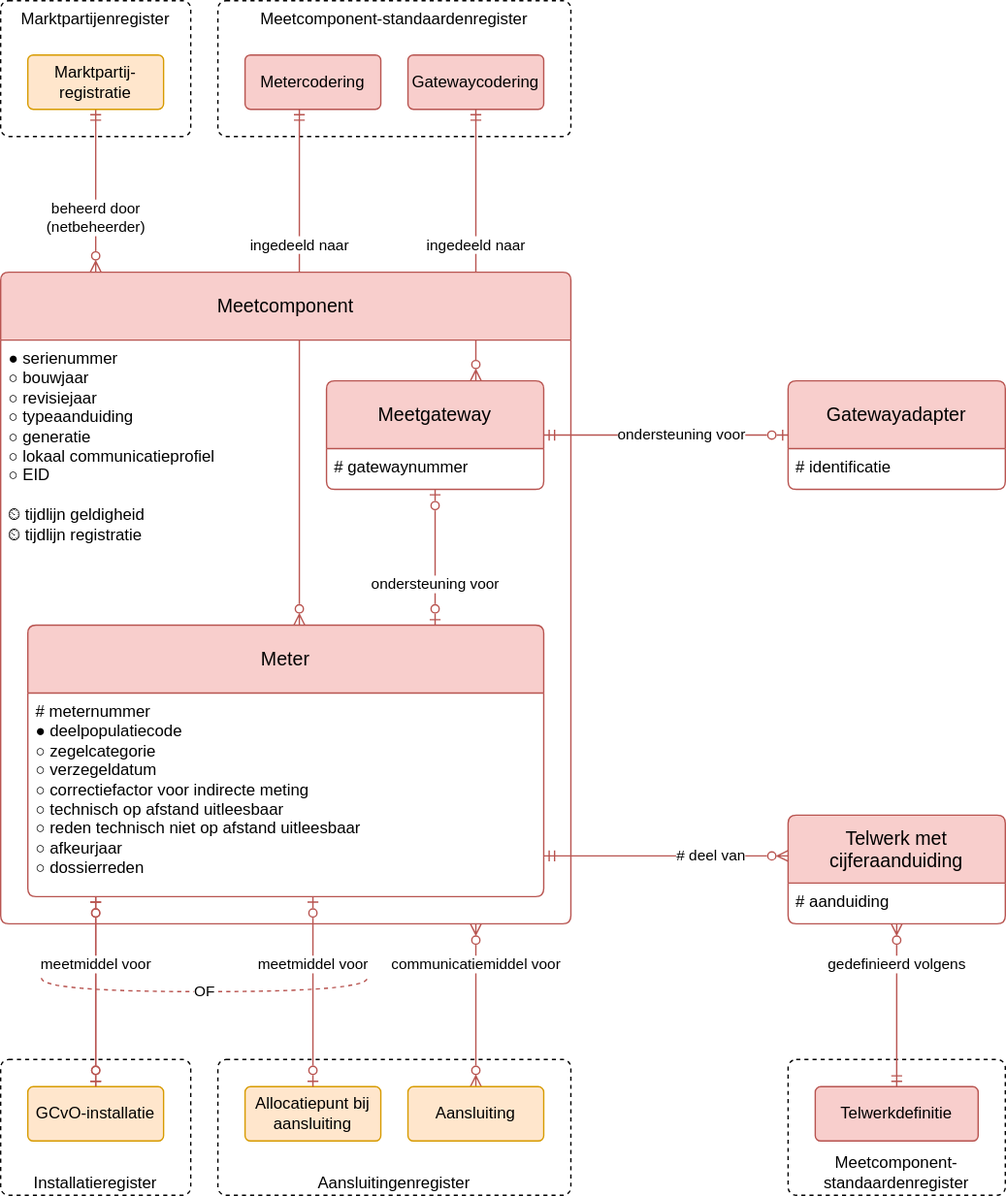
Earlier version of the draw.io export registers/meetcomponentenregister/1.0/meetcomponentenregister.drawio.svg (Netbeheer-Nederland/stelsel). Source tidied: cells renumbered, new cells last; positions are measured from the earlier drawing's top-left corner, leaving out a move shared by most shapes.
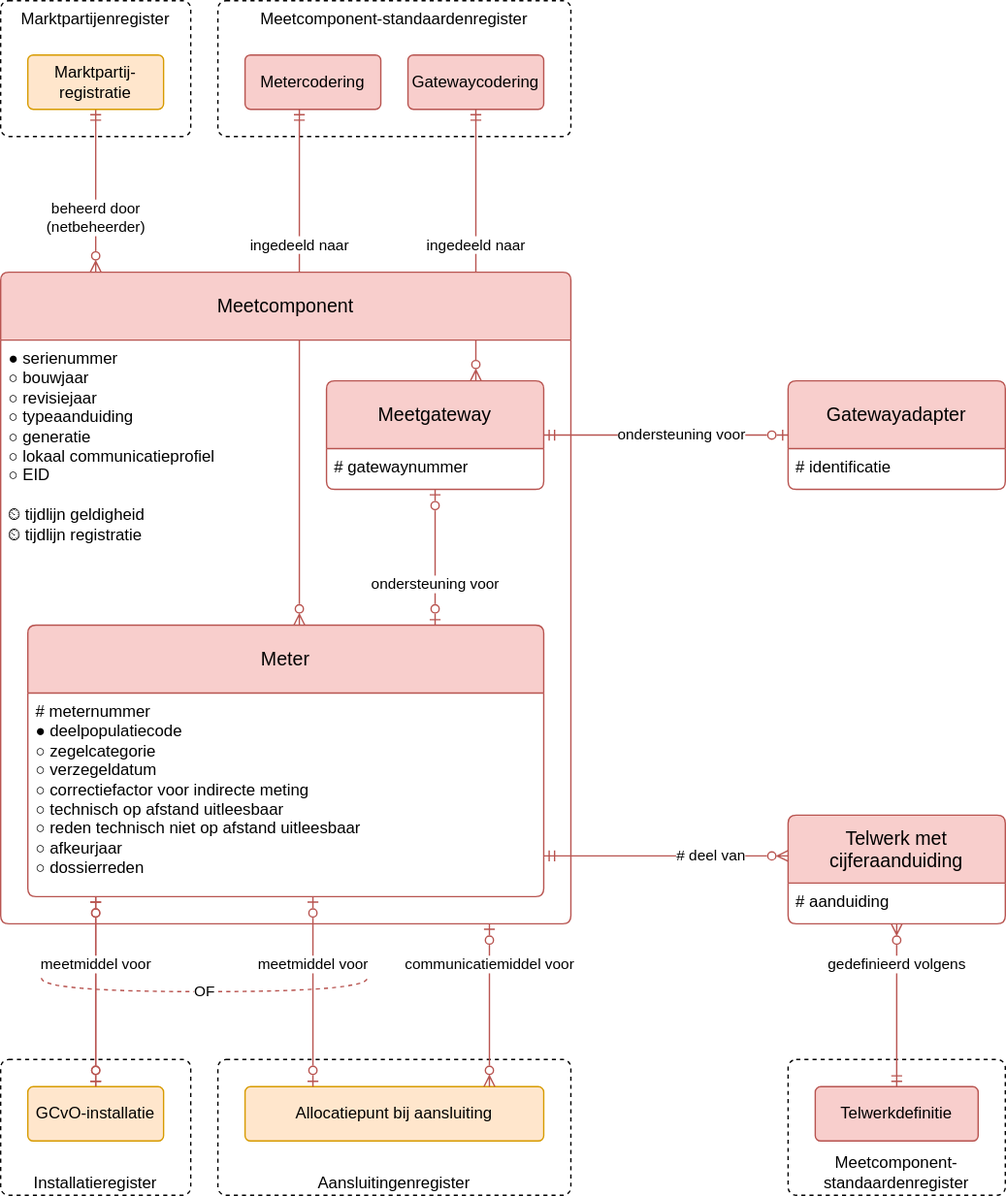
The same diagram one commit later.

Commit message:
communicatiemiddel per allocatiepunt (niet per aansluiting)

What changed in the source:
```diff
@@ -49,7 +49,7 @@
       <mxGeometry x="-0.33" relative="1" as="geometry" />
     </mxCell>
     <mxCell id="16" value="Allocatiepunt bij aansluiting" style="rounded=1;arcSize=10;whiteSpace=wrap;html=1;align=center;fillColor=#ffe6cc;strokeColor=#d79b00;" parent="1" vertex="1">
-      <mxGeometry x="180" y="800" width="100" height="40" as="geometry" />
+      <mxGeometry x="180" y="800" width="220" height="40" as="geometry" />
     </mxCell>
     <mxCell id="17" value="GCvO-installatie" style="rounded=1;arcSize=10;whiteSpace=wrap;html=1;align=center;fillColor=#ffe6cc;strokeColor=#d79b00;" parent="1" vertex="1">
       <mxGeometry x="20" y="800" width="100" height="40" as="geometry" />
@@ -58,7 +58,11 @@
       <mxGeometry x="20" y="40" width="100" height="40" as="geometry" />
     </mxCell>
     <mxCell id="19" value="meetmiddel voor" style="edgeStyle=elbowEdgeStyle;fontSize=11;html=1;endArrow=ERzeroToOne;startArrow=ERzeroToOne;rounded=0;startFill=0;align=center;endFill=0;jumpStyle=none;fontStyle=0;fillColor=#f8cecc;strokeColor=#b85450;" parent="1" edge="1" source="10" target="16">
-      <mxGeometry x="-0.29" relative="1" as="geometry" />
+      <mxGeometry x="-0.29" relative="1" as="geometry">
+        <Array as="points">
+          <mxPoint x="230" y="740" />
+        </Array>
+      </mxGeometry>
     </mxCell>
     <mxCell id="20" value="OF" style="endArrow=none;html=1;rounded=0;edgeStyle=orthogonalEdgeStyle;noJump=0;orthogonalLoop=0;orthogonal=0;strokeColor=#b85450;dashed=1;jumpStyle=arc;jumpSize=12;curved=1;fillColor=#f8cecc;" parent="1" edge="1">
       <mxGeometry relative="1" as="geometry">
@@ -76,12 +80,13 @@
     <mxCell id="22" value="&lt;font&gt;# gatewaynummer&lt;/font&gt;" style="align=left;strokeColor=none;fillColor=none;spacingLeft=4;fontSize=12;verticalAlign=top;fontStyle=0;html=1;" parent="21" vertex="1">
       <mxGeometry y="50" width="160" height="30" as="geometry" />
     </mxCell>
-    <mxCell id="23" value="communicatiemiddel voor" style="edgeStyle=elbowEdgeStyle;fontSize=11;html=1;endArrow=ERzeroToMany;startArrow=ERzeroToMany;rounded=0;startFill=0;align=center;endFill=0;jumpStyle=none;fontStyle=0;fillColor=#f8cecc;strokeColor=#b85450;" parent="1" edge="1" source="7" target="24">
-      <mxGeometry x="-0.5" relative="1" as="geometry" />
+    <mxCell id="23" value="communicatiemiddel voor" style="edgeStyle=elbowEdgeStyle;fontSize=11;html=1;endArrow=ERzeroToMany;startArrow=ERzeroToOne;rounded=0;startFill=0;align=center;endFill=0;jumpStyle=none;fontStyle=0;fillColor=#f8cecc;strokeColor=#b85450;" parent="1" edge="1" source="7" target="16">
+      <mxGeometry x="-0.5" relative="1" as="geometry">
+        <Array as="points">
+          <mxPoint x="360" y="740" />
+        </Array>
+      </mxGeometry>
     </mxCell>
-    <mxCell id="24" value="Aansluiting" style="rounded=1;arcSize=10;whiteSpace=wrap;html=1;align=center;fillColor=#ffe6cc;strokeColor=#d79b00;" parent="1" vertex="1">
-      <mxGeometry x="300" y="800" width="100" height="40" as="geometry" />
-    </mxCell>
     <mxCell id="25" value="Gatewaycodering" style="rounded=1;arcSize=10;whiteSpace=wrap;html=1;align=center;fillColor=#f8cecc;verticalAlign=middle;strokeColor=#b85450;" parent="1" vertex="1">
       <mxGeometry x="300" y="40" width="100" height="40" as="geometry" />
     </mxCell>
```
